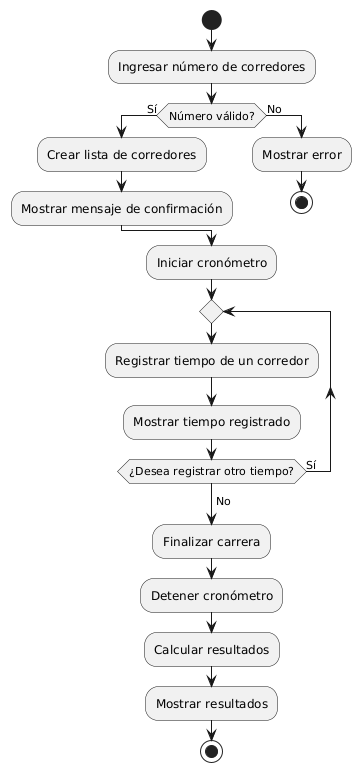
Before: Diagramas/Diagrama de actividades.png, a diagram exported from PlantUML (josesalazart3/Tarea-2).
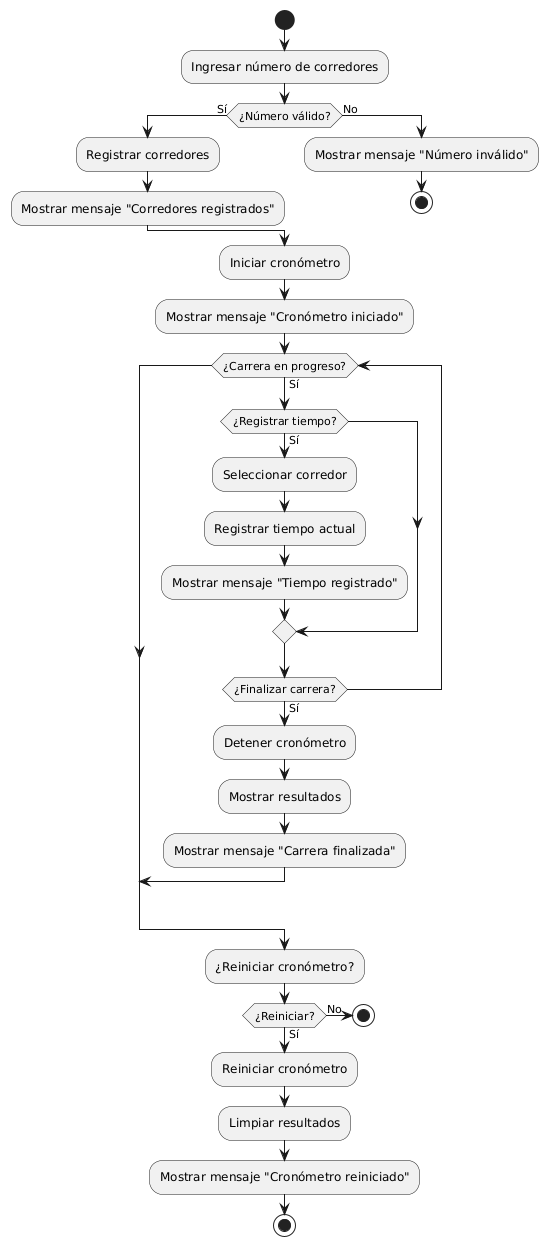
The same file after the commit.

The edit, as a diff of the source:
```diff
@@ -1,28 +1,39 @@
 @startuml
-skinparam linetype ortho
-
 start
 
 :Ingresar número de corredores;
-if (Número válido?) then (Sí)
-  :Crear lista de corredores;
-  :Mostrar mensaje de confirmación;
+if (¿Número válido?) then (Sí)
+  :Registrar corredores;
+  :Mostrar mensaje "Corredores registrados";
 else (No)
-  :Mostrar error;
+  :Mostrar mensaje "Número inválido";
   stop
 endif
 
 :Iniciar cronómetro;
-repeat
-  :Registrar tiempo de un corredor;
-  :Mostrar tiempo registrado;
-repeat while (¿Desea registrar otro tiempo?) is (Sí)
-->No;
+:Mostrar mensaje "Cronómetro iniciado";
 
-:Finalizar carrera;
-:Detener cronómetro;
-:Calcular resultados;
-:Mostrar resultados;
+while (¿Carrera en progreso?) is (Sí)
+  if (¿Registrar tiempo?) then (Sí)
+    :Seleccionar corredor;
+    :Registrar tiempo actual;
+    :Mostrar mensaje "Tiempo registrado";
+  endif
+  if (¿Finalizar carrera?) then (Sí)
+    :Detener cronómetro;
+    :Mostrar resultados;
+    :Mostrar mensaje "Carrera finalizada";
+    break
+  endif
+endwhile
 
-stop
+:¿Reiniciar cronómetro?;
+if (¿Reiniciar?) then (Sí)
+  :Reiniciar cronómetro;
+  :Limpiar resultados;
+  :Mostrar mensaje "Cronómetro reiniciado";
+  stop
+else (No)
+  stop
+endif
 @enduml
```
